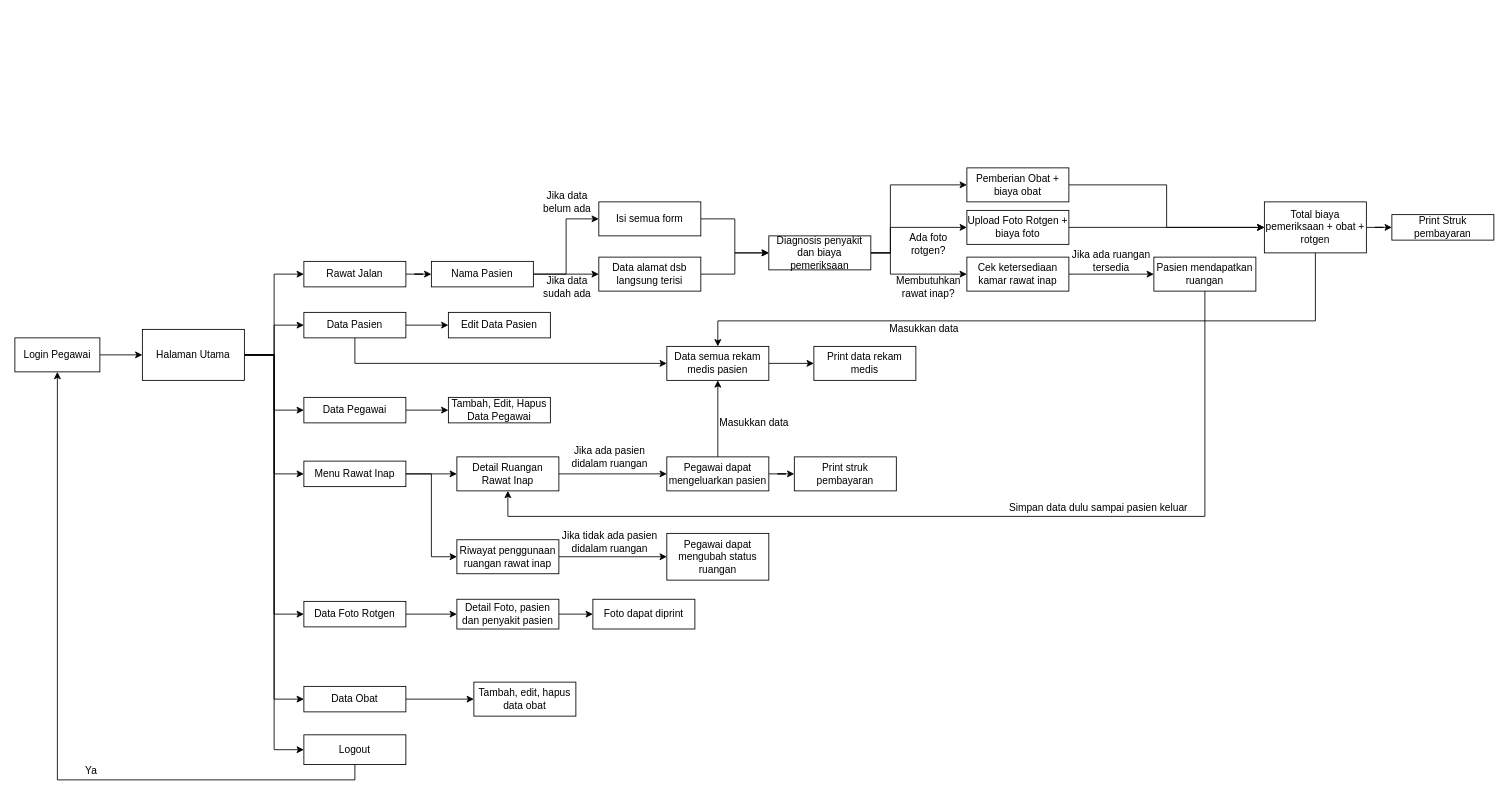
This is blueprint/rancangan.drawio from ledleledle/RekamMedis, a draw.io file, before an edit. Source tidied: cells renumbered, new cells numbered last; positions are measured from the earlier drawing's top-left corner, leaving out a move shared by most shapes. Both pictures are drawn from the tidied source at 85%, with x=0, y=0 at pixel (14, 167).
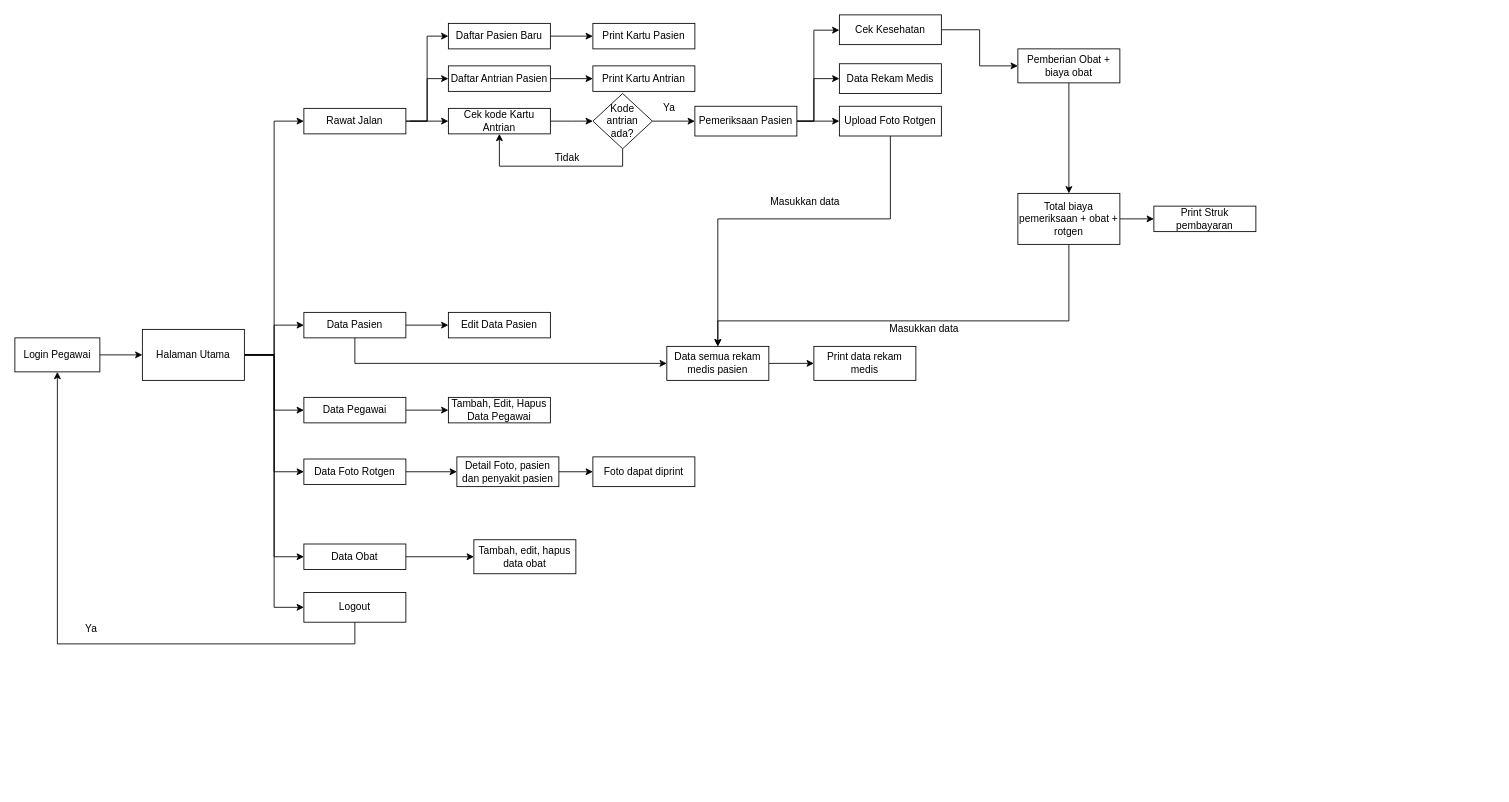
Above is the later version.

The change refers to these unchanged cells:
```xml
<mxCell id="3" value="Login Pegawai" style="rounded=0;whiteSpace=wrap;html=1;" parent="1" vertex="1">
  <mxGeometry y="200" width="100" height="40" as="geometry" />
</mxCell>
<mxCell id="11" value="Halaman Utama" style="rounded=0;whiteSpace=wrap;html=1;" parent="1" vertex="1">
  <mxGeometry x="150" y="190" width="120" height="60" as="geometry" />
</mxCell>
<mxCell id="69" value="Data semua rekam medis pasien" style="rounded=0;whiteSpace=wrap;html=1;" parent="1" vertex="1">
  <mxGeometry x="767" y="210" width="120" height="40" as="geometry" />
</mxCell>
```

Diff of the diagram source:
```diff
@@
-    <mxCell id="7" style="edgeStyle=orthogonalEdgeStyle;rounded=0;jettySize=auto;html=1;entryX=0;entryY=0.5;entryDx=0;entryDy=0;" parent="1" edge="1" source="11" target="28">
-      <mxGeometry relative="1" as="geometry" />
-    </mxCell>
@@
+    <mxCell id="80" style="edgeStyle=orthogonalEdgeStyle;rounded=0;jettySize=auto;html=1;entryX=0;entryY=0.5;entryDx=0;entryDy=0;" parent="1" edge="1" source="13" target="85">
+      <mxGeometry relative="1" as="geometry" />
+    </mxCell>
-    <mxCell id="12" style="edgeStyle=orthogonalEdgeStyle;rounded=0;jettySize=auto;html=1;" parent="1" edge="1" source="13" target="16">
+    <mxCell id="12" style="edgeStyle=orthogonalEdgeStyle;rounded=0;jettySize=auto;html=1;entryX=0;entryY=0.5;entryDx=0;entryDy=0;" parent="1" edge="1" source="13" target="16">
       <mxGeometry relative="1" as="geometry" />
     </mxCell>
+    <mxCell id="81" style="edgeStyle=orthogonalEdgeStyle;rounded=0;jettySize=auto;html=1;entryX=0;entryY=0.5;entryDx=0;entryDy=0;" parent="1" edge="1" target="83">
+      <mxGeometry relative="1" as="geometry">
+        <mxPoint x="465" y="-55" as="sourcePoint" />
+        <Array as="points">
+          <mxPoint x="465" y="-55" />
+        </Array>
+      </mxGeometry>
+    </mxCell>
     <mxCell id="13" value="Rawat Jalan" style="rounded=0;whiteSpace=wrap;html=1;" parent="1" vertex="1">
-      <mxGeometry x="340" y="110" width="120" height="30" as="geometry" />
+      <mxGeometry x="340" y="-70" width="120" height="30" as="geometry" />
     </mxCell>
-    <mxCell id="14" style="edgeStyle=orthogonalEdgeStyle;rounded=0;jettySize=auto;html=1;" parent="1" edge="1" source="16" target="18">
-      <mxGeometry relative="1" as="geometry" />
-    </mxCell>
-    <mxCell id="15" style="edgeStyle=orthogonalEdgeStyle;rounded=0;jettySize=auto;html=1;entryX=0;entryY=0.5;entryDx=0;entryDy=0;" parent="1" edge="1" source="16" target="48">
-      <mxGeometry relative="1" as="geometry" />
-    </mxCell>
+    <mxCell id="82" style="edgeStyle=orthogonalEdgeStyle;rounded=0;jettySize=auto;html=1;" parent="1" edge="1" source="83">
+      <mxGeometry relative="1" as="geometry">
+        <mxPoint x="680" y="-55" as="targetPoint" />
+      </mxGeometry>
+    </mxCell>
+    <mxCell id="83" value="Cek kode Kartu Antrian" style="rounded=0;whiteSpace=wrap;html=1;" parent="1" vertex="1">
+      <mxGeometry x="510" y="-70" width="120" height="30" as="geometry" />
+    </mxCell>
+    <mxCell id="84" style="edgeStyle=orthogonalEdgeStyle;rounded=0;jettySize=auto;html=1;" parent="1" edge="1" source="85" target="86">
+      <mxGeometry relative="1" as="geometry" />
+    </mxCell>
+    <mxCell id="85" value="Daftar Antrian Pasien" style="rounded=0;whiteSpace=wrap;html=1;" parent="1" vertex="1">
+      <mxGeometry x="510" y="-120" width="120" height="30" as="geometry" />
+    </mxCell>
+    <mxCell id="86" value="Print Kartu Antrian" style="rounded=0;whiteSpace=wrap;html=1;" parent="1" vertex="1">
+      <mxGeometry x="680" y="-120" width="120" height="30" as="geometry" />
+    </mxCell>
+    <mxCell id="87" style="edgeStyle=orthogonalEdgeStyle;rounded=0;jettySize=auto;html=1;" parent="1" edge="1" source="16" target="88">
+      <mxGeometry relative="1" as="geometry" />
+    </mxCell>
-    <mxCell id="16" value="Nama Pasien" style="rounded=0;whiteSpace=wrap;html=1;" parent="1" vertex="1">
-      <mxGeometry x="490" y="110" width="120" height="30" as="geometry" />
+    <mxCell id="16" value="Daftar Pasien Baru" style="rounded=0;whiteSpace=wrap;html=1;" parent="1" vertex="1">
+      <mxGeometry x="510" y="-170" width="120" height="30" as="geometry" />
     </mxCell>
-    <mxCell id="17" style="edgeStyle=orthogonalEdgeStyle;rounded=0;jettySize=auto;html=1;entryX=0;entryY=0.5;entryDx=0;entryDy=0;" parent="1" edge="1" source="18" target="52">
-      <mxGeometry relative="1" as="geometry" />
-    </mxCell>
-    <mxCell id="18" value="Data alamat dsb langsung terisi" style="rounded=0;whiteSpace=wrap;html=1;" parent="1" vertex="1">
-      <mxGeometry x="687" y="105" width="120" height="40" as="geometry" />
-    </mxCell>
+    <mxCell id="88" value="Print Kartu Pasien" style="rounded=0;whiteSpace=wrap;html=1;" parent="1" vertex="1">
+      <mxGeometry x="680" y="-170" width="120" height="30" as="geometry" />
+    </mxCell>
@@
-    <mxCell id="26" style="edgeStyle=orthogonalEdgeStyle;rounded=0;jettySize=auto;html=1;" parent="1" edge="1" source="28" target="30">
-      <mxGeometry relative="1" as="geometry" />
-    </mxCell>
-    <mxCell id="27" style="edgeStyle=orthogonalEdgeStyle;rounded=0;jettySize=auto;html=1;entryX=0;entryY=0.5;entryDx=0;entryDy=0;" parent="1" edge="1" source="28" target="36">
-      <mxGeometry relative="1" as="geometry" />
-    </mxCell>
-    <mxCell id="28" value="Menu Rawat Inap" style="rounded=0;whiteSpace=wrap;html=1;" parent="1" vertex="1">
-      <mxGeometry x="340" y="345" width="120" height="30" as="geometry" />
-    </mxCell>
-    <mxCell id="29" style="edgeStyle=orthogonalEdgeStyle;rounded=0;jettySize=auto;html=1;" parent="1" edge="1" source="30" target="33">
-      <mxGeometry relative="1" as="geometry" />
-    </mxCell>
-    <mxCell id="30" value="Detail Ruangan Rawat Inap" style="rounded=0;whiteSpace=wrap;html=1;" parent="1" vertex="1">
-      <mxGeometry x="520" y="340" width="120" height="40" as="geometry" />
-    </mxCell>
-    <mxCell id="31" style="edgeStyle=orthogonalEdgeStyle;rounded=0;jettySize=auto;html=1;" parent="1" edge="1" source="33" target="34">
-      <mxGeometry relative="1" as="geometry" />
-    </mxCell>
-    <mxCell id="32" style="edgeStyle=orthogonalEdgeStyle;rounded=0;jettySize=auto;html=1;entryX=0.5;entryY=1;entryDx=0;entryDy=0;" parent="1" edge="1" source="33" target="69">
-      <mxGeometry relative="1" as="geometry" />
-    </mxCell>
-    <mxCell id="33" value="Pegawai dapat mengeluarkan pasien" style="rounded=0;whiteSpace=wrap;html=1;" parent="1" vertex="1">
-      <mxGeometry x="767" y="340" width="120" height="40" as="geometry" />
-    </mxCell>
-    <mxCell id="34" value="Print struk pembayaran" style="rounded=0;whiteSpace=wrap;html=1;" parent="1" vertex="1">
-      <mxGeometry x="917" y="340" width="120" height="40" as="geometry" />
-    </mxCell>
-    <mxCell id="35" style="edgeStyle=orthogonalEdgeStyle;rounded=0;jettySize=auto;html=1;" parent="1" edge="1" source="36" target="37">
-      <mxGeometry relative="1" as="geometry" />
-    </mxCell>
-    <mxCell id="36" value="Riwayat penggunaan ruangan rawat inap" style="rounded=0;whiteSpace=wrap;html=1;" parent="1" vertex="1">
-      <mxGeometry x="520" y="437.5" width="120" height="40" as="geometry" />
-    </mxCell>
-    <mxCell id="37" value="Pegawai dapat mengubah status ruangan" style="rounded=0;whiteSpace=wrap;html=1;" parent="1" vertex="1">
-      <mxGeometry x="767" y="430" width="120" height="55" as="geometry" />
-    </mxCell>
@@
     <mxCell id="39" value="Data Foto Rotgen" style="rounded=0;whiteSpace=wrap;html=1;" parent="1" vertex="1">
-      <mxGeometry x="340" y="510" width="120" height="30" as="geometry" />
+      <mxGeometry x="340" y="342.5" width="120" height="30" as="geometry" />
     </mxCell>
@@
     <mxCell id="41" value="Detail Foto, pasien dan penyakit pasien" style="rounded=0;whiteSpace=wrap;html=1;" parent="1" vertex="1">
-      <mxGeometry x="520" y="507.5" width="120" height="35" as="geometry" />
+      <mxGeometry x="520" y="340" width="120" height="35" as="geometry" />
     </mxCell>
     <mxCell id="42" value="Foto dapat diprint" style="rounded=0;whiteSpace=wrap;html=1;" parent="1" vertex="1">
-      <mxGeometry x="680" y="507.5" width="120" height="35" as="geometry" />
+      <mxGeometry x="680" y="340" width="120" height="35" as="geometry" />
     </mxCell>
@@
     <mxCell id="44" value="Data Obat" style="rounded=0;whiteSpace=wrap;html=1;" parent="1" vertex="1">
-      <mxGeometry x="340" y="610" width="120" height="30" as="geometry" />
+      <mxGeometry x="340" y="442.5" width="120" height="30" as="geometry" />
     </mxCell>
     <mxCell id="45" value="Tambah, edit, hapus data obat" style="rounded=0;whiteSpace=wrap;html=1;" parent="1" vertex="1">
-      <mxGeometry x="540" y="605" width="120" height="40" as="geometry" />
+      <mxGeometry x="540" y="437.5" width="120" height="40" as="geometry" />
     </mxCell>
-    <mxCell id="46" value="Jika data sudah ada" style="text;html=1;strokeColor=none;fillColor=none;align=center;verticalAlign=middle;whiteSpace=wrap;rounded=0;" parent="1" vertex="1">
-      <mxGeometry x="620" y="130" width="60" height="20" as="geometry" />
-    </mxCell>
-    <mxCell id="47" style="edgeStyle=orthogonalEdgeStyle;rounded=0;jettySize=auto;html=1;" parent="1" edge="1" source="48" target="52">
-      <mxGeometry relative="1" as="geometry" />
-    </mxCell>
-    <mxCell id="48" value="Isi semua form" style="rounded=0;whiteSpace=wrap;html=1;" parent="1" vertex="1">
-      <mxGeometry x="687" y="40" width="120" height="40" as="geometry" />
-    </mxCell>
-    <mxCell id="49" style="edgeStyle=orthogonalEdgeStyle;rounded=0;jettySize=auto;html=1;entryX=0;entryY=0.5;entryDx=0;entryDy=0;" parent="1" edge="1" source="52" target="54">
-      <mxGeometry relative="1" as="geometry">
-        <Array as="points">
-          <mxPoint x="1030" y="100" />
-          <mxPoint x="1030" y="20" />
-        </Array>
-      </mxGeometry>
-    </mxCell>
-    <mxCell id="50" style="edgeStyle=orthogonalEdgeStyle;rounded=0;jettySize=auto;html=1;entryX=0;entryY=0.5;entryDx=0;entryDy=0;" parent="1" edge="1" source="52" target="57">
-      <mxGeometry relative="1" as="geometry">
-        <Array as="points">
-          <mxPoint x="1030" y="100" />
-          <mxPoint x="1030" y="70" />
-        </Array>
-      </mxGeometry>
-    </mxCell>
-    <mxCell id="51" style="edgeStyle=orthogonalEdgeStyle;rounded=0;jettySize=auto;html=1;entryX=0;entryY=0.5;entryDx=0;entryDy=0;" parent="1" edge="1" source="52" target="59">
-      <mxGeometry relative="1" as="geometry">
-        <Array as="points">
-          <mxPoint x="1030" y="100" />
-          <mxPoint x="1030" y="125" />
-        </Array>
-      </mxGeometry>
-    </mxCell>
-    <mxCell id="52" value="Diagnosis penyakit dan biaya pemeriksaan" style="rounded=0;whiteSpace=wrap;html=1;" parent="1" vertex="1">
-      <mxGeometry x="887" y="80" width="120" height="40" as="geometry" />
-    </mxCell>
-    <mxCell id="53" style="edgeStyle=orthogonalEdgeStyle;rounded=0;jettySize=auto;html=1;entryX=0;entryY=0.5;entryDx=0;entryDy=0;" parent="1" edge="1" source="54" target="66">
+    <mxCell id="53" style="edgeStyle=orthogonalEdgeStyle;rounded=0;jettySize=auto;html=1;" parent="1" edge="1" source="54" target="66">
       <mxGeometry relative="1" as="geometry" />
     </mxCell>
     <mxCell id="54" value="Pemberian Obat + biaya obat" style="rounded=0;whiteSpace=wrap;html=1;" parent="1" vertex="1">
-      <mxGeometry x="1120" width="120" height="40" as="geometry" />
+      <mxGeometry x="1180" y="-140" width="120" height="40" as="geometry" />
     </mxCell>
-    <mxCell id="55" value="Jika data belum ada" style="text;html=1;strokeColor=none;fillColor=none;align=center;verticalAlign=middle;whiteSpace=wrap;rounded=0;" parent="1" vertex="1">
-      <mxGeometry x="620" y="30" width="60" height="20" as="geometry" />
-    </mxCell>
-    <mxCell id="56" style="edgeStyle=orthogonalEdgeStyle;rounded=0;jettySize=auto;html=1;" parent="1" edge="1" source="57" target="66">
-      <mxGeometry relative="1" as="geometry" />
-    </mxCell>
-    <mxCell id="57" value="Upload Foto Rotgen + biaya foto" style="rounded=0;whiteSpace=wrap;html=1;" parent="1" vertex="1">
-      <mxGeometry x="1120" y="50" width="120" height="40" as="geometry" />
-    </mxCell>
-    <mxCell id="58" style="edgeStyle=orthogonalEdgeStyle;rounded=0;jettySize=auto;html=1;" parent="1" edge="1" source="59" target="61">
-      <mxGeometry relative="1" as="geometry" />
-    </mxCell>
-    <mxCell id="59" value="Cek ketersediaan kamar rawat inap" style="rounded=0;whiteSpace=wrap;html=1;" parent="1" vertex="1">
-      <mxGeometry x="1120" y="105" width="120" height="40" as="geometry" />
-    </mxCell>
-    <mxCell id="60" style="edgeStyle=orthogonalEdgeStyle;rounded=0;jettySize=auto;html=1;entryX=0.5;entryY=1;entryDx=0;entryDy=0;" parent="1" edge="1" source="61" target="30">
-      <mxGeometry relative="1" as="geometry">
-        <Array as="points">
-          <mxPoint x="1400" y="410" />
-          <mxPoint x="580" y="410" />
-        </Array>
-      </mxGeometry>
-    </mxCell>
-    <mxCell id="61" value="Pasien mendapatkan ruangan" style="rounded=0;whiteSpace=wrap;html=1;" parent="1" vertex="1">
-      <mxGeometry x="1340" y="105" width="120" height="40" as="geometry" />
-    </mxCell>
-    <mxCell id="62" value="Membutuhkan rawat inap?" style="text;html=1;strokeColor=none;fillColor=none;align=center;verticalAlign=middle;whiteSpace=wrap;rounded=0;" parent="1" vertex="1">
-      <mxGeometry x="1050" y="130" width="50" height="20" as="geometry" />
-    </mxCell>
-    <mxCell id="63" value="Ada foto rotgen?" style="text;html=1;strokeColor=none;fillColor=none;align=center;verticalAlign=middle;whiteSpace=wrap;rounded=0;" parent="1" vertex="1">
-      <mxGeometry x="1040" y="80" width="70" height="20" as="geometry" />
-    </mxCell>
@@
     <mxCell id="65" style="edgeStyle=orthogonalEdgeStyle;rounded=0;jettySize=auto;html=1;entryX=0.5;entryY=0;entryDx=0;entryDy=0;" parent="1" edge="1" source="66" target="69">
       <mxGeometry relative="1" as="geometry">
         <Array as="points">
-          <mxPoint x="1530" y="180" />
+          <mxPoint x="1240" y="180" />
           <mxPoint x="827" y="180" />
         </Array>
       </mxGeometry>
     </mxCell>
     <mxCell id="66" value="Total biaya pemeriksaan + obat + rotgen" style="rounded=0;whiteSpace=wrap;html=1;" parent="1" vertex="1">
-      <mxGeometry x="1470" y="40" width="120" height="60" as="geometry" />
+      <mxGeometry x="1180" y="30" width="120" height="60" as="geometry" />
     </mxCell>
     <mxCell id="67" value="Print Struk pembayaran" style="rounded=0;whiteSpace=wrap;html=1;" parent="1" vertex="1">
-      <mxGeometry x="1620" y="55" width="120" height="30" as="geometry" />
+      <mxGeometry x="1340" y="45" width="120" height="30" as="geometry" />
     </mxCell>
@@
-    <mxCell id="72" value="Jika ada pasien didalam ruangan" style="text;html=1;strokeColor=none;fillColor=none;align=center;verticalAlign=middle;whiteSpace=wrap;rounded=0;" parent="1" vertex="1">
-      <mxGeometry x="650" y="330" width="100" height="20" as="geometry" />
-    </mxCell>
-    <mxCell id="73" value="Masukkan data" style="text;html=1;strokeColor=none;fillColor=none;align=center;verticalAlign=middle;whiteSpace=wrap;rounded=0;" parent="1" vertex="1">
-      <mxGeometry x="810" y="290" width="120" height="20" as="geometry" />
-    </mxCell>
-    <mxCell id="74" value="Jika tidak ada pasien didalam ruangan" style="text;html=1;strokeColor=none;fillColor=none;align=center;verticalAlign=middle;whiteSpace=wrap;rounded=0;" parent="1" vertex="1">
-      <mxGeometry x="640" y="430" width="120" height="20" as="geometry" />
-    </mxCell>
-    <mxCell id="75" value="Jika ada ruangan tersedia" style="text;html=1;strokeColor=none;fillColor=none;align=center;verticalAlign=middle;whiteSpace=wrap;rounded=0;" parent="1" vertex="1">
-      <mxGeometry x="1240" y="100" width="100" height="20" as="geometry" />
-    </mxCell>
-    <mxCell id="76" value="Simpan data dulu sampai pasien keluar" style="text;html=1;strokeColor=none;fillColor=none;align=center;verticalAlign=middle;whiteSpace=wrap;rounded=0;" parent="1" vertex="1">
-      <mxGeometry x="1160" y="390" width="230" height="20" as="geometry" />
-    </mxCell>
     <mxCell id="77" style="edgeStyle=orthogonalEdgeStyle;rounded=0;jettySize=auto;html=1;entryX=0.5;entryY=1;entryDx=0;entryDy=0;" parent="1" edge="1" source="78" target="3">
       <mxGeometry relative="1" as="geometry">
         <Array as="points">
-          <mxPoint x="400" y="720" />
-          <mxPoint x="50" y="720" />
+          <mxPoint x="400" y="560" />
+          <mxPoint x="50" y="560" />
         </Array>
       </mxGeometry>
     </mxCell>
     <mxCell id="78" value="Logout" style="rounded=0;whiteSpace=wrap;html=1;" parent="1" vertex="1">
-      <mxGeometry x="340" y="667" width="120" height="35" as="geometry" />
+      <mxGeometry x="340" y="499.5" width="120" height="35" as="geometry" />
     </mxCell>
     <mxCell id="79" value="Ya" style="text;html=1;strokeColor=none;fillColor=none;align=center;verticalAlign=middle;whiteSpace=wrap;rounded=0;" parent="1" vertex="1">
-      <mxGeometry x="70" y="700" width="40" height="20" as="geometry" />
+      <mxGeometry x="70" y="532.5" width="40" height="20" as="geometry" />
     </mxCell>
+    <mxCell id="89" style="edgeStyle=orthogonalEdgeStyle;rounded=0;jettySize=auto;html=1;" parent="1" edge="1" source="91" target="95">
+      <mxGeometry relative="1" as="geometry" />
+    </mxCell>
+    <mxCell id="90" style="edgeStyle=orthogonalEdgeStyle;rounded=0;jettySize=auto;html=1;entryX=0.5;entryY=1;entryDx=0;entryDy=0;" parent="1" edge="1" source="91" target="83">
+      <mxGeometry relative="1" as="geometry">
+        <Array as="points">
+          <mxPoint x="715" y="-2" />
+          <mxPoint x="570" y="-2" />
+        </Array>
+      </mxGeometry>
+    </mxCell>
+    <mxCell id="91" value="Kode &lt;br&gt;antrian&lt;br&gt;ada?" style="rhombus;whiteSpace=wrap;html=1;" parent="1" vertex="1">
+      <mxGeometry x="680" y="-87.5" width="70" height="65" as="geometry" />
+    </mxCell>
+    <mxCell id="92" style="edgeStyle=orthogonalEdgeStyle;rounded=0;jettySize=auto;html=1;" parent="1" edge="1" source="95" target="98">
+      <mxGeometry relative="1" as="geometry">
+        <Array as="points">
+          <mxPoint x="940" y="-55" />
+          <mxPoint x="940" y="-162" />
+        </Array>
+      </mxGeometry>
+    </mxCell>
+    <mxCell id="93" style="edgeStyle=orthogonalEdgeStyle;rounded=0;jettySize=auto;html=1;" parent="1" edge="1" source="95" target="96">
+      <mxGeometry relative="1" as="geometry">
+        <Array as="points">
+          <mxPoint x="940" y="-55" />
+          <mxPoint x="940" y="-105" />
+        </Array>
+      </mxGeometry>
+    </mxCell>
+    <mxCell id="94" style="edgeStyle=orthogonalEdgeStyle;rounded=0;jettySize=auto;html=1;" parent="1" edge="1" source="95">
+      <mxGeometry relative="1" as="geometry">
+        <mxPoint x="970" y="-55" as="targetPoint" />
+      </mxGeometry>
+    </mxCell>
+    <mxCell id="95" value="Pemeriksaan Pasien" style="rounded=0;whiteSpace=wrap;html=1;" parent="1" vertex="1">
+      <mxGeometry x="800" y="-72.5" width="120" height="35" as="geometry" />
+    </mxCell>
+    <mxCell id="96" value="Data Rekam Medis" style="rounded=0;whiteSpace=wrap;html=1;" parent="1" vertex="1">
+      <mxGeometry x="970" y="-122.5" width="120" height="35" as="geometry" />
+    </mxCell>
+    <mxCell id="97" style="edgeStyle=orthogonalEdgeStyle;rounded=0;jettySize=auto;html=1;entryX=0;entryY=0.5;entryDx=0;entryDy=0;" parent="1" edge="1" source="98" target="54">
+      <mxGeometry relative="1" as="geometry" />
+    </mxCell>
+    <mxCell id="98" value="Cek Kesehatan" style="rounded=0;whiteSpace=wrap;html=1;" parent="1" vertex="1">
+      <mxGeometry x="970" y="-180" width="120" height="35" as="geometry" />
+    </mxCell>
+    <mxCell id="99" value="Ya" style="text;html=1;strokeColor=none;fillColor=none;align=center;verticalAlign=middle;whiteSpace=wrap;rounded=0;" parent="1" vertex="1">
+      <mxGeometry x="750" y="-80" width="40" height="20" as="geometry" />
+    </mxCell>
+    <mxCell id="100" value="Tidak" style="text;html=1;strokeColor=none;fillColor=none;align=center;verticalAlign=middle;whiteSpace=wrap;rounded=0;" parent="1" vertex="1">
+      <mxGeometry x="630" y="-22.5" width="40" height="20" as="geometry" />
+    </mxCell>
+    <mxCell id="101" style="edgeStyle=orthogonalEdgeStyle;rounded=0;jettySize=auto;html=1;entryX=0.5;entryY=0;entryDx=0;entryDy=0;" parent="1" edge="1" source="102" target="69">
+      <mxGeometry relative="1" as="geometry">
+        <Array as="points">
+          <mxPoint x="1030" y="60" />
+          <mxPoint x="827" y="60" />
+        </Array>
+      </mxGeometry>
+    </mxCell>
+    <mxCell id="102" value="Upload Foto Rotgen" style="rounded=0;whiteSpace=wrap;html=1;" parent="1" vertex="1">
+      <mxGeometry x="970" y="-72.5" width="120" height="35" as="geometry" />
+    </mxCell>
+    <mxCell id="73" value="Masukkan data" style="text;html=1;strokeColor=none;fillColor=none;align=center;verticalAlign=middle;whiteSpace=wrap;rounded=0;" parent="1" vertex="1">
+      <mxGeometry x="870" y="30" width="120" height="20" as="geometry" />
+    </mxCell>
```
